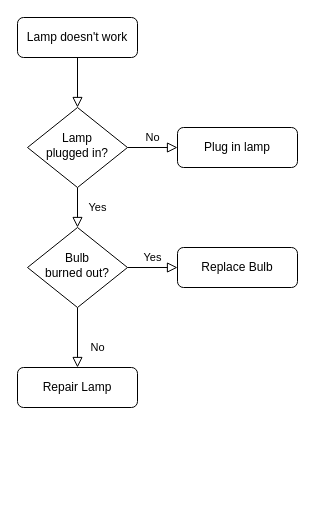
Above: 名称未設定ファイル.drawio in furukoshi12/volleyball (draw.io), before the change. Source tidied: cells renumbered, new cells numbered last; positions are measured from the earlier drawing's top-left corner, leaving out a move shared by most shapes. Both pictures are drawn from the tidied source at 100%, with x=0, y=0 at pixel (17, 17).
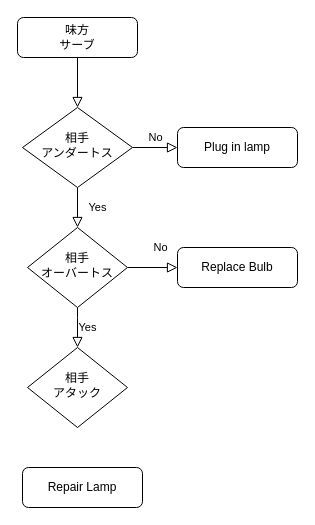
The same diagram, later.

The edit, as a diff of the source:
```diff
@@
 <mxGraphModel>
   <root>
     <mxCell id="0" />
     <mxCell id="1" parent="0" />
     <mxCell id="2" style="rounded=0;html=1;jettySize=auto;fontSize=11;endArrow=block;endFill=0;endSize=8;strokeWidth=1;shadow=0;labelBackgroundColor=none;edgeStyle=orthogonalEdgeStyle;" parent="1" edge="1" source="3" target="6">
       <mxGeometry relative="1" as="geometry" />
     </mxCell>
-    <mxCell id="3" value="Lamp doesn't work" style="rounded=1;whiteSpace=wrap;html=1;fontSize=12;glass=0;strokeWidth=1;shadow=0;" parent="1" vertex="1">
+    <mxCell id="3" value="味方&lt;br&gt;サーブ" style="rounded=1;whiteSpace=wrap;html=1;fontSize=12;glass=0;strokeWidth=1;shadow=0;" parent="1" vertex="1">
       <mxGeometry width="120" height="40" as="geometry" />
     </mxCell>
     <mxCell id="4" value="Yes" style="rounded=0;html=1;jettySize=auto;fontSize=11;endArrow=block;endFill=0;endSize=8;strokeWidth=1;shadow=0;labelBackgroundColor=none;edgeStyle=orthogonalEdgeStyle;" parent="1" edge="1" source="6" target="10">
       <mxGeometry y="20" relative="1" as="geometry" />
     </mxCell>
     <mxCell id="5" value="No" style="edgeStyle=orthogonalEdgeStyle;rounded=0;html=1;jettySize=auto;fontSize=11;endArrow=block;endFill=0;endSize=8;strokeWidth=1;shadow=0;labelBackgroundColor=none;" parent="1" edge="1" source="6" target="7">
       <mxGeometry y="10" relative="1" as="geometry" />
     </mxCell>
-    <mxCell id="6" value="Lamp&lt;br&gt;plugged in?" style="rhombus;whiteSpace=wrap;html=1;shadow=0;fontFamily=Helvetica;fontSize=12;align=center;strokeWidth=1;spacing=6;spacingTop=-4;" parent="1" vertex="1">
-      <mxGeometry x="10" y="90" width="100" height="80" as="geometry" />
+    <mxCell id="6" value="相手&lt;br&gt;アンダートス" style="rhombus;whiteSpace=wrap;html=1;shadow=0;fontFamily=Helvetica;fontSize=12;align=center;strokeWidth=1;spacing=6;spacingTop=-4;" parent="1" vertex="1">
+      <mxGeometry x="5" y="90" width="110" height="80" as="geometry" />
     </mxCell>
     <mxCell id="7" value="Plug in lamp" style="rounded=1;whiteSpace=wrap;html=1;fontSize=12;glass=0;strokeWidth=1;shadow=0;" parent="1" vertex="1">
       <mxGeometry x="160" y="110" width="120" height="40" as="geometry" />
     </mxCell>
-    <mxCell id="8" value="No" style="rounded=0;html=1;jettySize=auto;fontSize=11;endArrow=block;endFill=0;endSize=8;strokeWidth=1;shadow=0;labelBackgroundColor=none;edgeStyle=orthogonalEdgeStyle;" parent="1" edge="1" source="10" target="11">
-      <mxGeometry x="0.33" y="20" relative="1" as="geometry" />
+    <mxCell id="8" value="No" style="rounded=0;html=1;jettySize=auto;fontSize=11;endArrow=block;endFill=0;endSize=8;strokeWidth=1;shadow=0;labelBackgroundColor=none;edgeStyle=orthogonalEdgeStyle;entryX=0;entryY=0.5;entryDx=0;entryDy=0;" parent="1" edge="1" source="10" target="12">
+      <mxGeometry x="0.33" y="20" relative="1" as="geometry">
+        <Array as="points">
+          <mxPoint x="60" y="250" />
+        </Array>
+      </mxGeometry>
     </mxCell>
-    <mxCell id="9" value="Yes" style="edgeStyle=orthogonalEdgeStyle;rounded=0;html=1;jettySize=auto;fontSize=11;endArrow=block;endFill=0;endSize=8;strokeWidth=1;shadow=0;labelBackgroundColor=none;" parent="1" edge="1" source="10" target="12">
-      <mxGeometry y="10" relative="1" as="geometry" />
+    <mxCell id="9" value="Yes" style="edgeStyle=orthogonalEdgeStyle;rounded=0;html=1;jettySize=auto;fontSize=11;endArrow=block;endFill=0;endSize=8;strokeWidth=1;shadow=0;labelBackgroundColor=none;entryX=0.5;entryY=0;entryDx=0;entryDy=0;exitX=0.5;exitY=1;exitDx=0;exitDy=0;" parent="1" edge="1" source="10" target="13">
+      <mxGeometry y="10" relative="1" as="geometry">
+        <Array as="points">
+          <mxPoint x="60" y="300" />
+          <mxPoint x="60" y="300" />
+        </Array>
+      </mxGeometry>
     </mxCell>
-    <mxCell id="10" value="Bulb&lt;br&gt;burned out?" style="rhombus;whiteSpace=wrap;html=1;shadow=0;fontFamily=Helvetica;fontSize=12;align=center;strokeWidth=1;spacing=6;spacingTop=-4;" parent="1" vertex="1">
+    <mxCell id="10" value="相手&lt;br&gt;オーバートス" style="rhombus;whiteSpace=wrap;html=1;shadow=0;fontFamily=Helvetica;fontSize=12;align=center;strokeWidth=1;spacing=6;spacingTop=-4;" parent="1" vertex="1">
       <mxGeometry x="10" y="210" width="100" height="80" as="geometry" />
     </mxCell>
     <mxCell id="11" value="Repair Lamp" style="rounded=1;whiteSpace=wrap;html=1;fontSize=12;glass=0;strokeWidth=1;shadow=0;" parent="1" vertex="1">
-      <mxGeometry y="350" width="120" height="40" as="geometry" />
+      <mxGeometry x="5" y="450" width="120" height="40" as="geometry" />
     </mxCell>
     <mxCell id="12" value="Replace Bulb" style="rounded=1;whiteSpace=wrap;html=1;fontSize=12;glass=0;strokeWidth=1;shadow=0;" parent="1" vertex="1">
       <mxGeometry x="160" y="230" width="120" height="40" as="geometry" />
     </mxCell>
+    <mxCell id="13" value="相手&lt;br&gt;アタック" style="rhombus;whiteSpace=wrap;html=1;shadow=0;fontFamily=Helvetica;fontSize=12;align=center;strokeWidth=1;spacing=6;spacingTop=-4;" parent="1" vertex="1">
+      <mxGeometry x="10" y="330" width="100" height="80" as="geometry" />
+    </mxCell>
   </root>
 </mxGraphModel>
```
